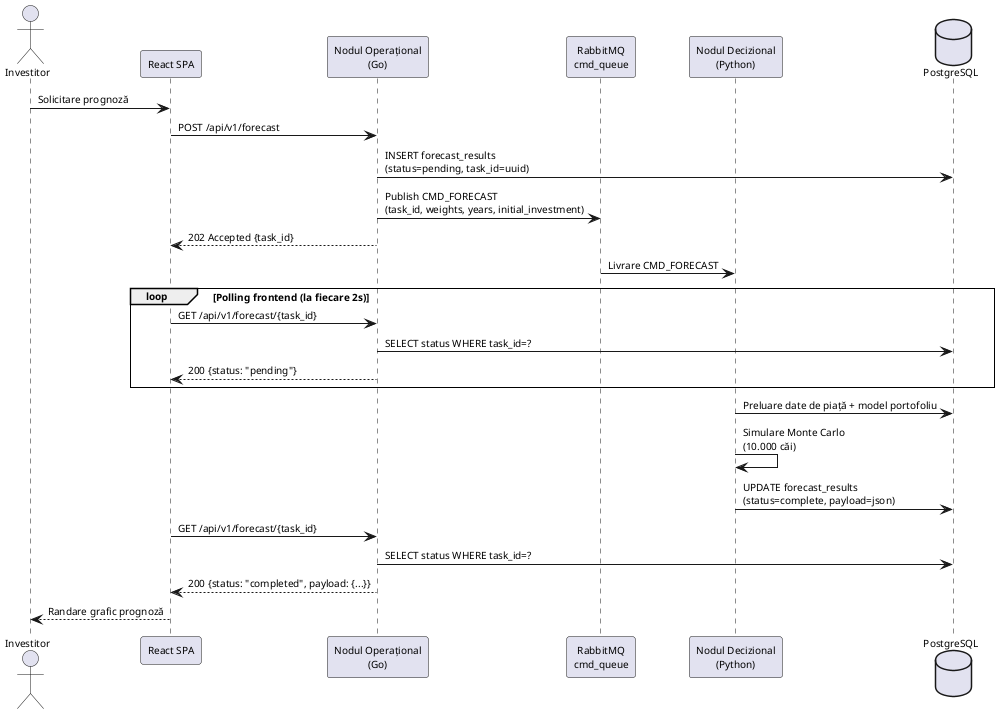
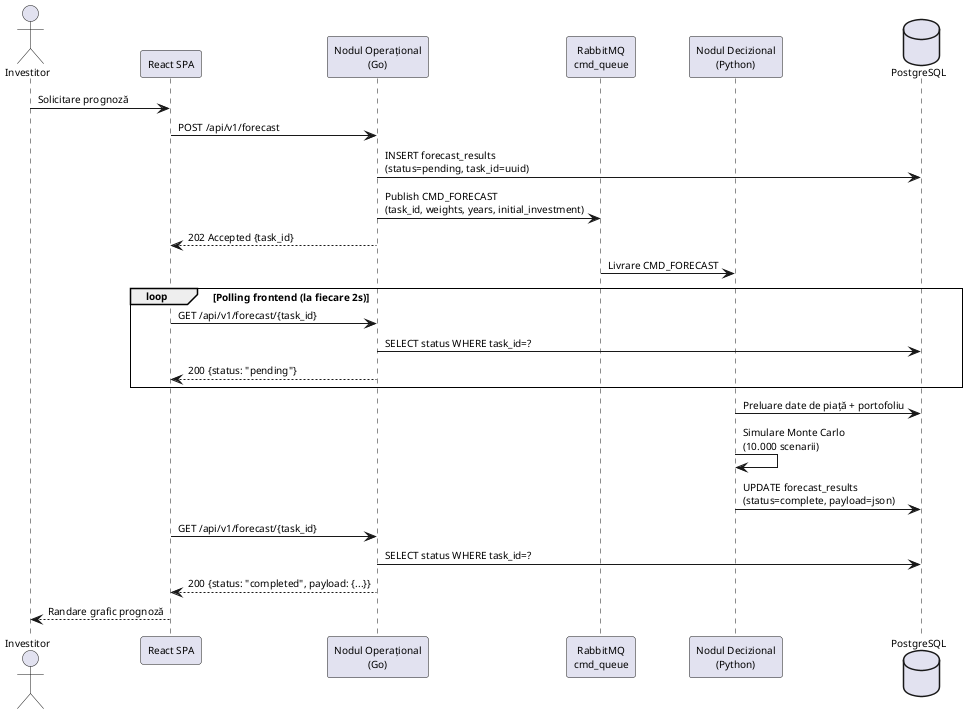
@startuml InvestPilot-Sequence-Forecast-RO
skinparam defaultFontSize 10
skinparam defaultFontName Arial
skinparam sequenceArrowThickness 1
skinparam sequenceGroupBorderThickness 1

actor "Investitor" as User
participant "React SPA" as SPA
participant "Nodul Operațional\n(Go)" as Go
participant "RabbitMQ\ncmd_queue" as MQ
participant "Nodul Decizional\n(Python)" as Python
database "PostgreSQL" as DB

User -> SPA : Solicitare prognoză
SPA -> Go : POST /api/v1/forecast

Go -> DB : INSERT forecast_results\n(status=pending, task_id=uuid)
Go -> MQ : Publish CMD_FORECAST\n(task_id, weights, years, initial_investment)
Go --> SPA : 202 Accepted {task_id}

MQ -> Python : Livrare CMD_FORECAST

loop Polling frontend (la fiecare 2s)
    SPA -> Go : GET /api/v1/forecast/{task_id}
    Go -> DB : SELECT status WHERE task_id=?
    Go --> SPA : 200 {status: "pending"}
end

- Python -> DB : Preluare date de piață + model portofoliu
- Python -> Python : Simulare Monte Carlo\n(10.000 căi)
+ Python -> DB : Preluare date de piață + portofoliu
+ Python -> Python : Simulare Monte Carlo\n(10.000 scenarii)
Python -> DB : UPDATE forecast_results\n(status=complete, payload=json)

SPA -> Go : GET /api/v1/forecast/{task_id}
Go -> DB : SELECT status WHERE task_id=?
Go --> SPA : 200 {status: "completed", payload: {...}}
SPA --> User : Randare grafic prognoză
@enduml
